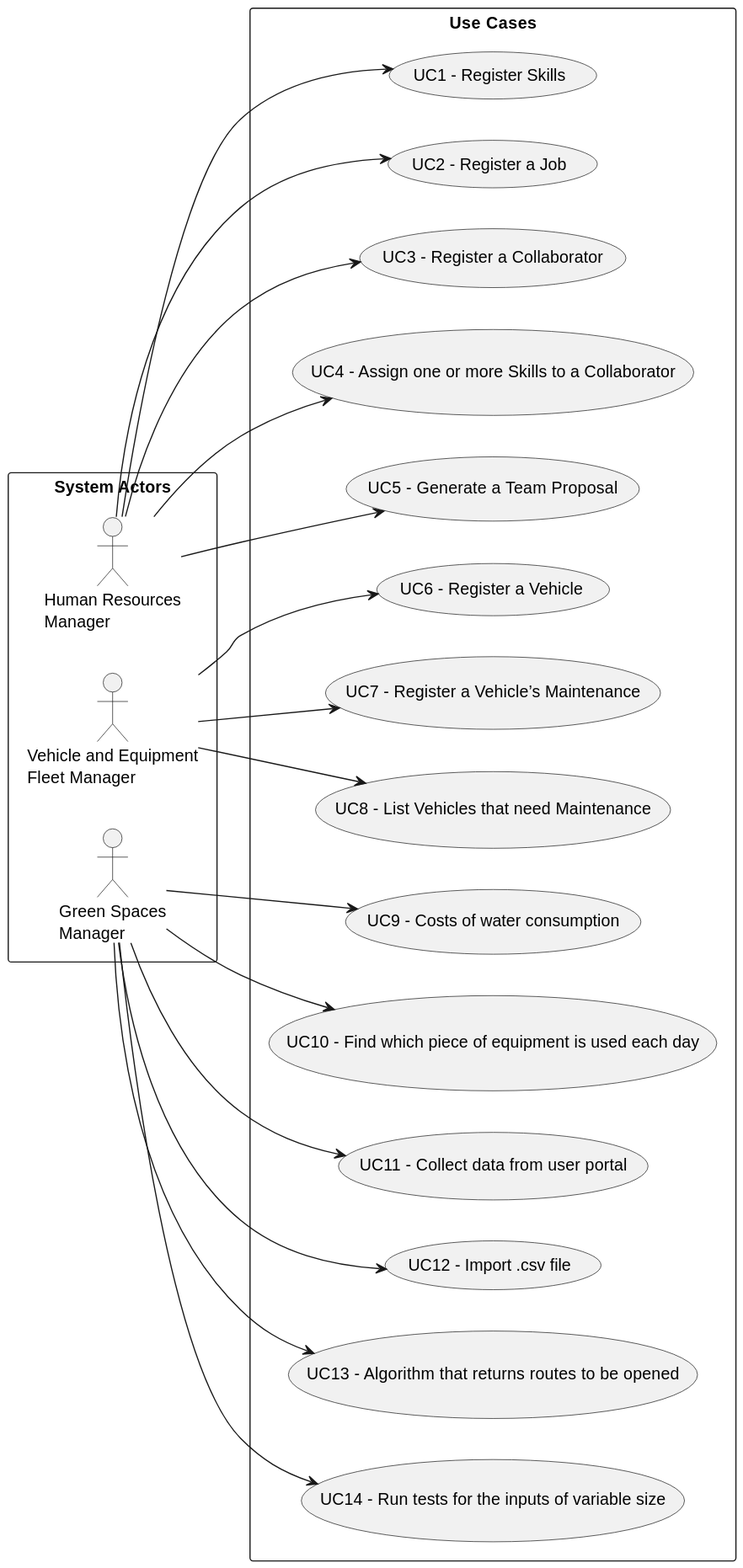
Before: docs/sprintB/global-artifacts/01.requirements-engineering/svg/use-case-diagram.svg, a diagram exported from PlantUML (diogoveirospro/lei-24-s2-1dg-g072).
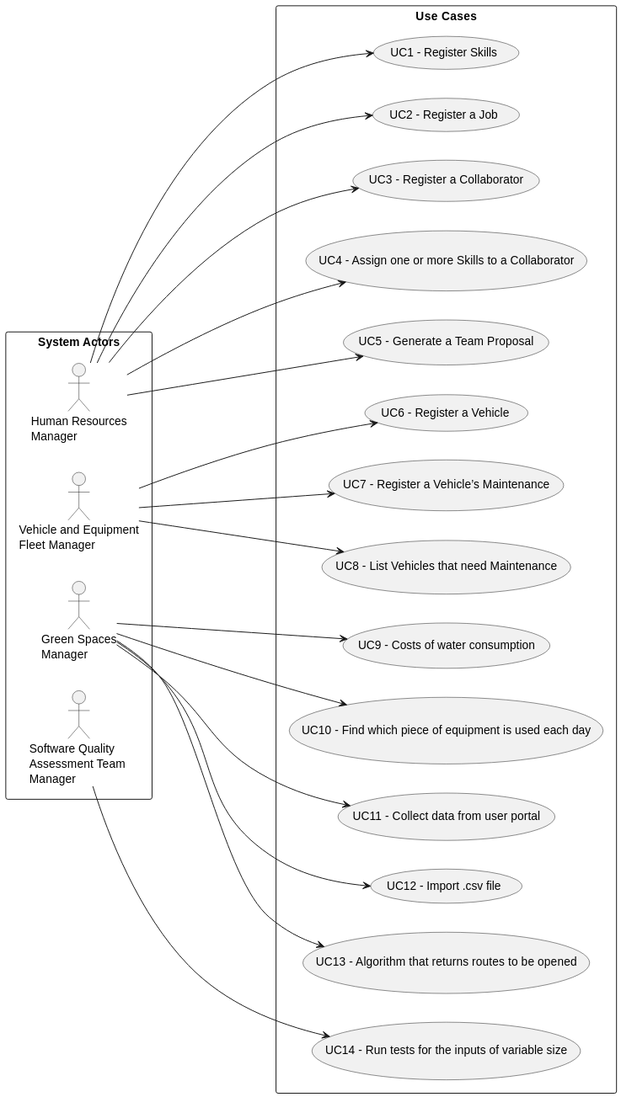
Later version of the same file.

Commit message:
Updated the User Manual and fixed the use case diagram.

Change to the diagram source:
```diff
@@ -9,50 +9,51 @@
     actor "Human Resources\nManager" as HRM
     actor "Vehicle and Equipment\nFleet Manager" as VFM
     actor "Green Spaces\nManager" as GSM
+    actor "Software Quality\nAssessment Team \nManager" as QAM
 }
 
 
 rectangle "Use Cases" as usecases{
     usecase "UC1 - Register Skills" as UC1
-    HRM --> UC1
+    HRM ----> UC1
 
     usecase "UC2 - Register a Job" as UC2
-    HRM --> UC2
+    HRM ----> UC2
 
     usecase "UC3 - Register a Collaborator" as UC3
-    HRM --> UC3
+    HRM ----> UC3
 
     usecase "UC4 - Assign one or more Skills to a Collaborator" as UC4
-    HRM --> UC4
+    HRM ----> UC4
 
     usecase "UC5 - Generate a Team Proposal" as UC5
-    HRM --> UC5
+    HRM ----> UC5
 
     usecase "UC6 - Register a Vehicle" as UC6
-    VFM --> UC6
+    VFM ----> UC6
 
     usecase "UC7 - Register a Vehicle’s Maintenance" as UC7
-    VFM --> UC7
+    VFM ----> UC7
 
     usecase "UC8 - List Vehicles that need Maintenance" as UC8
-    VFM --> UC8
+    VFM ----> UC8
 
     usecase "UC9 - Costs of water consumption" as UC9
-    GSM --> UC9
+    GSM ----> UC9
 
     usecase "UC10 - Find which piece of equipment is used each day" as UC10
-    GSM --> UC10
+    GSM ----> UC10
 
     usecase "UC11 - Collect data from user portal" as UC11
-    GSM --> UC11
+    GSM ----> UC11
 
     usecase "UC12 - Import .csv file" as UC12
-    GSM --> UC12
+    GSM ----> UC12
 
     usecase "UC13 - Algorithm that returns routes to be opened" as UC13
-    GSM --> UC13
+    GSM ----> UC13
 
     usecase "UC14 - Run tests for the inputs of variable size" as UC14
-    GSM --> UC14
+    QAM ----> UC14
 }
 @enduml
```
